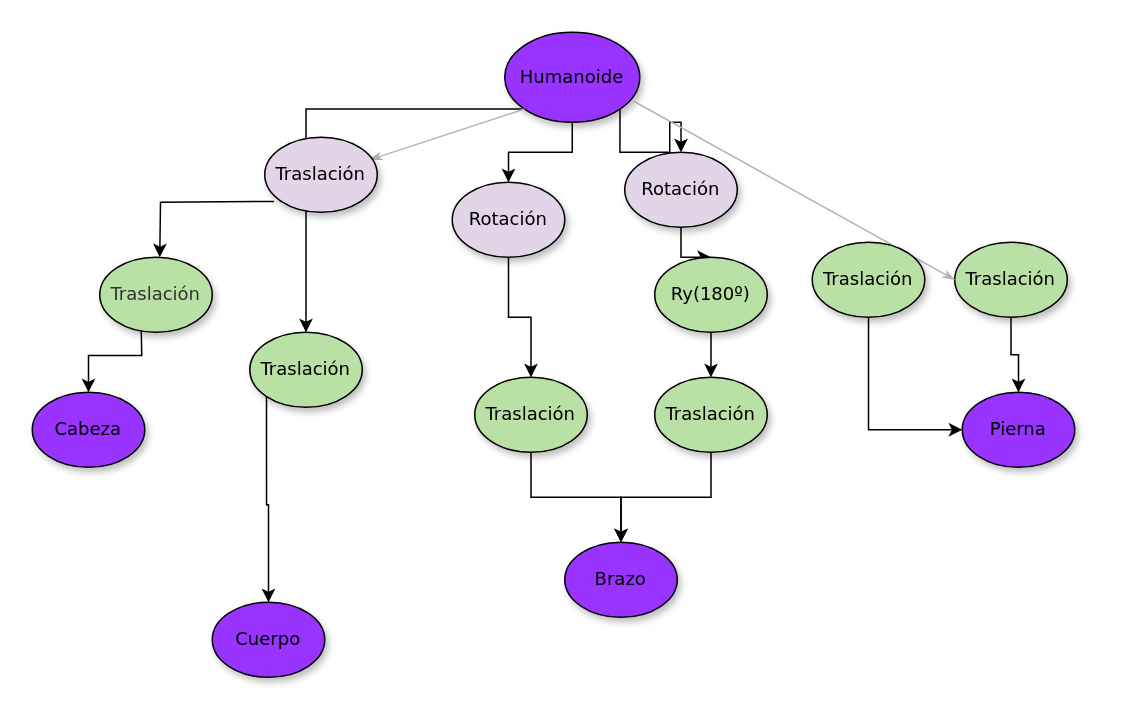
Above: docs/Humanoide.drawio in Cristinasj/IG (draw.io), before the change. Source tidied: cells renumbered, new cells numbered last; positions are measured from the earlier drawing's top-left corner, leaving out a move shared by most shapes. Both pictures are drawn from the tidied source at 150%, with x=0, y=0 at pixel (32, 32).
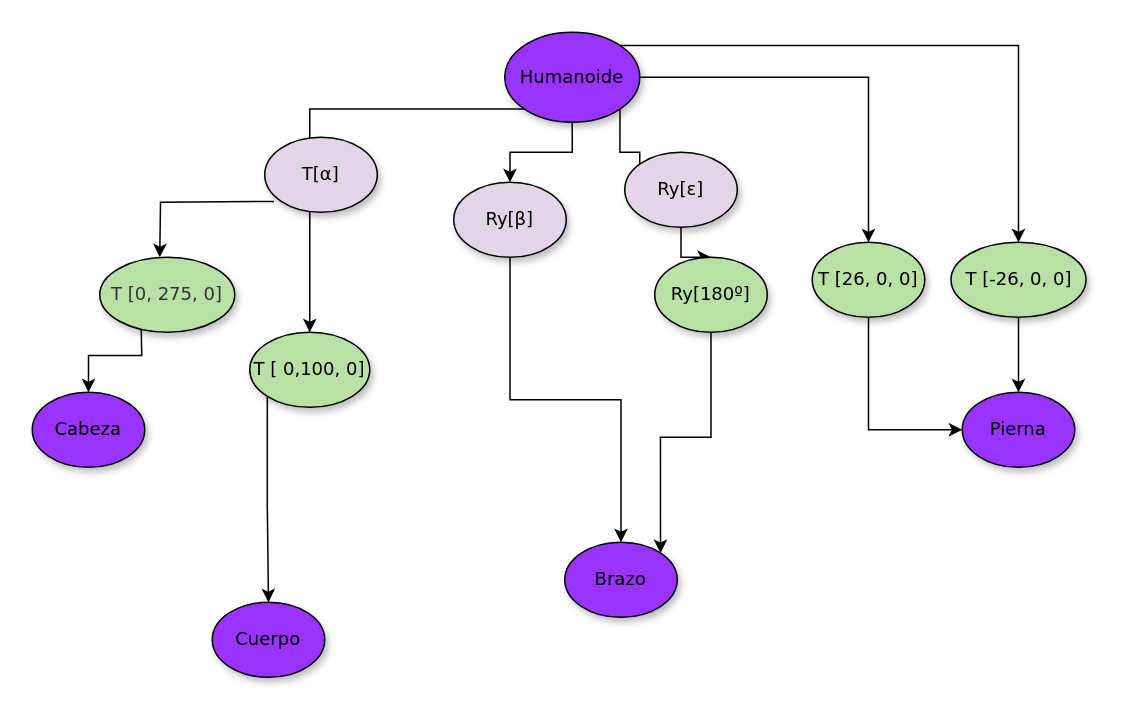
After the change.

Unchanged cells that the change refers to:
```xml
<mxCell id="5" value="Humanoide" style="ellipse;whiteSpace=wrap;html=1;rounded=0;shadow=1;comic=0;labelBackgroundColor=none;strokeWidth=1;fontFamily=Verdana;fontSize=12;align=center;fillColor=#9933FF;" parent="1" vertex="1">
  <mxGeometry x="315" width="90" height="60" as="geometry" />
</mxCell>
<mxCell id="6" value="Brazo" style="ellipse;whiteSpace=wrap;html=1;rounded=0;shadow=1;comic=0;labelBackgroundColor=none;strokeWidth=1;fontFamily=Verdana;fontSize=12;align=center;fillColor=#9933FF;" parent="1" vertex="1">
  <mxGeometry x="355" y="340" width="75" height="50" as="geometry" />
</mxCell>
<mxCell id="7" value="&lt;div&gt;Pierna&lt;/div&gt;" style="ellipse;whiteSpace=wrap;html=1;rounded=0;shadow=1;comic=0;labelBackgroundColor=none;strokeWidth=1;fontFamily=Verdana;fontSize=12;align=center;fillColor=#9933FF;" parent="1" vertex="1">
  <mxGeometry x="620" y="240" width="75" height="50" as="geometry" />
</mxCell>
```

Change to the diagram source:
```diff
@@
-    <mxCell id="4" style="edgeStyle=orthogonalEdgeStyle;rounded=0;jettySize=auto;html=1;exitX=1;exitY=1;exitDx=0;exitDy=0;" parent="1" edge="1" source="5" target="27">
+    <mxCell id="4" style="edgeStyle=orthogonalEdgeStyle;rounded=0;jettySize=auto;html=1;exitX=1;exitY=1;exitDx=0;exitDy=0;entryX=0.133;entryY=0.4;entryDx=0;entryDy=0;entryPerimeter=0;" parent="1" edge="1" source="5" target="27">
       <mxGeometry relative="1" as="geometry" />
     </mxCell>
+    <mxCell id="32" style="edgeStyle=orthogonalEdgeStyle;rounded=0;jettySize=auto;html=1;exitX=1;exitY=0.5;exitDx=0;exitDy=0;" parent="1" edge="1" source="5" target="16">
+      <mxGeometry relative="1" as="geometry" />
+    </mxCell>
+    <mxCell id="12" style="edgeStyle=orthogonalEdgeStyle;rounded=0;jettySize=auto;html=1;exitX=1;exitY=0;exitDx=0;exitDy=0;" parent="1" edge="1" source="5" target="9">
+      <mxGeometry relative="1" as="geometry" />
+    </mxCell>
@@
-    <mxCell id="8" style="edgeStyle=orthogonalEdgeStyle;rounded=0;jettySize=auto;html=1;exitX=0.5;exitY=1;exitDx=0;exitDy=0;" parent="1" edge="1" source="9" target="7">
+    <mxCell id="8" style="edgeStyle=orthogonalEdgeStyle;rounded=0;jettySize=auto;html=1;exitX=0.5;exitY=1;exitDx=0;exitDy=0;entryX=0.5;entryY=0;entryDx=0;entryDy=0;" parent="1" edge="1" source="9" target="7">
       <mxGeometry relative="1" as="geometry" />
     </mxCell>
-    <mxCell id="9" value="Traslación" style="ellipse;whiteSpace=wrap;html=1;rounded=0;shadow=1;comic=0;labelBackgroundColor=none;strokeWidth=1;fontFamily=Verdana;fontSize=12;align=center;fillColor=#B9E0A5;" parent="1" vertex="1">
-      <mxGeometry x="615" y="140" width="75" height="50" as="geometry" />
+    <mxCell id="9" value="T [-26, 0, 0]" style="ellipse;whiteSpace=wrap;html=1;rounded=0;shadow=1;comic=0;labelBackgroundColor=none;strokeWidth=1;fontFamily=Verdana;fontSize=12;align=center;fillColor=#B9E0A5;" parent="1" vertex="1">
+      <mxGeometry x="612.5" y="140" width="90" height="50" as="geometry" />
     </mxCell>
@@
-    <mxCell id="12" style="edgeStyle=none;rounded=1;html=1;labelBackgroundColor=none;startArrow=none;startFill=0;startSize=5;endArrow=classicThin;endFill=1;endSize=5;jettySize=auto;strokeColor=#B3B3B3;strokeWidth=1;fontFamily=Verdana;fontSize=12;exitX=0.956;exitY=0.767;exitDx=0;exitDy=0;exitPerimeter=0;entryX=0;entryY=0.5;entryDx=0;entryDy=0;" parent="1" edge="1" source="5" target="9">
-      <mxGeometry relative="1" as="geometry" />
-    </mxCell>
-    <mxCell id="13" style="edgeStyle=orthogonalEdgeStyle;rounded=0;jettySize=auto;html=1;exitX=0.5;exitY=1;exitDx=0;exitDy=0;" parent="1" edge="1" source="14" target="6">
-      <mxGeometry relative="1" as="geometry" />
-    </mxCell>
-    <mxCell id="14" value="Traslación" style="ellipse;whiteSpace=wrap;html=1;rounded=0;shadow=1;comic=0;labelBackgroundColor=none;strokeWidth=1;fontFamily=Verdana;fontSize=12;align=center;fillColor=#B9E0A5;" parent="1" vertex="1">
-      <mxGeometry x="295" y="230" width="75" height="50" as="geometry" />
-    </mxCell>
@@
-    <mxCell id="16" value="Traslación" style="ellipse;whiteSpace=wrap;html=1;rounded=0;shadow=1;comic=0;labelBackgroundColor=none;strokeWidth=1;fontFamily=Verdana;fontSize=12;align=center;fillColor=#B9E0A5;" parent="1" vertex="1">
+    <mxCell id="16" value="T [26, 0, 0]" style="ellipse;whiteSpace=wrap;html=1;rounded=0;shadow=1;comic=0;labelBackgroundColor=none;strokeWidth=1;fontFamily=Verdana;fontSize=12;align=center;fillColor=#B9E0A5;" parent="1" vertex="1">
       <mxGeometry x="520" y="140" width="75" height="50" as="geometry" />
     </mxCell>
-    <mxCell id="17" style="edgeStyle=orthogonalEdgeStyle;rounded=0;jettySize=auto;html=1;exitX=0.5;exitY=1;exitDx=0;exitDy=0;" parent="1" edge="1" source="18" target="6">
-      <mxGeometry relative="1" as="geometry" />
-    </mxCell>
-    <mxCell id="18" value="Traslación" style="ellipse;whiteSpace=wrap;html=1;rounded=0;shadow=1;comic=0;labelBackgroundColor=none;strokeWidth=1;fontFamily=Verdana;fontSize=12;align=center;fillColor=#B9E0A5;" parent="1" vertex="1">
-      <mxGeometry x="415" y="230" width="75" height="50" as="geometry" />
-    </mxCell>
@@
-    <mxCell id="22" value="Traslación" style="ellipse;whiteSpace=wrap;html=1;rounded=0;shadow=1;comic=0;labelBackgroundColor=none;strokeWidth=1;fontFamily=Verdana;fontSize=12;align=center;fillColor=#B9E0A5;" parent="1" vertex="1">
-      <mxGeometry x="145" y="200" width="75" height="50" as="geometry" />
+    <mxCell id="22" value="T [ 0,100, 0]" style="ellipse;whiteSpace=wrap;html=1;rounded=0;shadow=1;comic=0;labelBackgroundColor=none;strokeWidth=1;fontFamily=Verdana;fontSize=12;align=center;fillColor=#B9E0A5;" parent="1" vertex="1">
+      <mxGeometry x="145" y="200" width="80" height="50" as="geometry" />
     </mxCell>
-    <mxCell id="23" style="edgeStyle=none;rounded=1;html=1;labelBackgroundColor=none;startArrow=none;startFill=0;startSize=5;endArrow=classicThin;endFill=1;endSize=5;jettySize=auto;strokeColor=#B3B3B3;strokeWidth=1;fontFamily=Verdana;fontSize=12;exitX=0;exitY=1;exitDx=0;exitDy=0;entryX=1;entryY=0.3;entryDx=0;entryDy=0;entryPerimeter=0;" parent="1" edge="1" source="5">
-      <mxGeometry relative="1" as="geometry">
-        <mxPoint x="225" y="85" as="targetPoint" />
-      </mxGeometry>
-    </mxCell>
-    <mxCell id="24" style="edgeStyle=orthogonalEdgeStyle;rounded=0;jettySize=auto;html=1;exitX=0.5;exitY=1;exitDx=0;exitDy=0;" parent="1" edge="1" source="25" target="14">
+    <mxCell id="24" style="edgeStyle=orthogonalEdgeStyle;rounded=0;jettySize=auto;html=1;exitX=0.5;exitY=1;exitDx=0;exitDy=0;" parent="1" edge="1" source="25" target="6">
       <mxGeometry relative="1" as="geometry" />
     </mxCell>
-    <mxCell id="25" value="Rotación" style="ellipse;whiteSpace=wrap;html=1;rounded=0;shadow=1;comic=0;labelBackgroundColor=none;strokeWidth=1;fontFamily=Verdana;fontSize=12;align=center;fillColor=#E1D5E7;" parent="1" vertex="1">
-      <mxGeometry x="280" y="100" width="75" height="50" as="geometry" />
+    <mxCell id="25" value="Ry[β]" style="ellipse;whiteSpace=wrap;html=1;rounded=0;shadow=1;comic=0;labelBackgroundColor=none;strokeWidth=1;fontFamily=Verdana;fontSize=12;align=center;fillColor=#E1D5E7;" parent="1" vertex="1">
+      <mxGeometry x="281" y="100" width="75" height="50" as="geometry" />
     </mxCell>
@@
-    <mxCell id="27" value="Rotación" style="ellipse;whiteSpace=wrap;html=1;rounded=0;shadow=1;comic=0;labelBackgroundColor=none;strokeWidth=1;fontFamily=Verdana;fontSize=12;align=center;fillColor=#E1D5E7;" parent="1" vertex="1">
+    <mxCell id="27" value="Ry[ε]" style="ellipse;whiteSpace=wrap;html=1;rounded=0;shadow=1;comic=0;labelBackgroundColor=none;strokeWidth=1;fontFamily=Verdana;fontSize=12;align=center;fillColor=#E1D5E7;" parent="1" vertex="1">
       <mxGeometry x="395" y="80" width="75" height="50" as="geometry" />
     </mxCell>
-    <mxCell id="28" style="edgeStyle=orthogonalEdgeStyle;rounded=0;jettySize=auto;html=1;exitX=0.5;exitY=1;exitDx=0;exitDy=0;" parent="1" edge="1" source="29" target="18">
+    <mxCell id="28" style="edgeStyle=orthogonalEdgeStyle;rounded=0;jettySize=auto;html=1;exitX=0.5;exitY=1;exitDx=0;exitDy=0;entryX=1;entryY=0;entryDx=0;entryDy=0;" parent="1" edge="1" source="29" target="6">
       <mxGeometry relative="1" as="geometry" />
     </mxCell>
-    <mxCell id="29" value="Ry(180º)" style="ellipse;whiteSpace=wrap;html=1;rounded=0;shadow=1;comic=0;labelBackgroundColor=none;strokeWidth=1;fontFamily=Verdana;fontSize=12;align=center;fillColor=#B9E0A5;strokeColor=#000000;" parent="1" vertex="1">
+    <mxCell id="29" value="Ry[180º]" style="ellipse;whiteSpace=wrap;html=1;rounded=0;shadow=1;comic=0;labelBackgroundColor=none;strokeWidth=1;fontFamily=Verdana;fontSize=12;align=center;fillColor=#B9E0A5;strokeColor=#000000;" parent="1" vertex="1">
       <mxGeometry x="415" y="150" width="75" height="50" as="geometry" />
     </mxCell>
-    <mxCell id="30" value="Traslación" style="ellipse;whiteSpace=wrap;html=1;rounded=0;shadow=1;comic=0;labelBackgroundColor=none;strokeWidth=1;fontFamily=Verdana;fontSize=12;align=center;fillColor=#e1d5e7;strokeColor=#000000;" parent="1" vertex="1">
+    <mxCell id="30" value="T[α]" style="ellipse;whiteSpace=wrap;html=1;rounded=0;shadow=1;comic=0;labelBackgroundColor=none;strokeWidth=1;fontFamily=Verdana;fontSize=12;align=center;fillColor=#e1d5e7;strokeColor=#000000;" parent="1" vertex="1">
       <mxGeometry x="155" y="70" width="75" height="50" as="geometry" />
     </mxCell>
-    <mxCell id="31" value="Traslación" style="ellipse;whiteSpace=wrap;html=1;rounded=0;shadow=1;comic=0;labelBackgroundColor=none;strokeWidth=1;fontFamily=Verdana;fontSize=12;align=center;fillColor=#B9E0A5;strokeColor=#000000;fontColor=#333333;" parent="1" vertex="1">
-      <mxGeometry x="45" y="150" width="75" height="50" as="geometry" />
+    <mxCell id="31" value="T [0, 275, 0]" style="ellipse;whiteSpace=wrap;html=1;rounded=0;shadow=1;comic=0;labelBackgroundColor=none;strokeWidth=1;fontFamily=Verdana;fontSize=12;align=center;fillColor=#B9E0A5;strokeColor=#000000;fontColor=#333333;" parent="1" vertex="1">
+      <mxGeometry x="45" y="150" width="90" height="50" as="geometry" />
     </mxCell>
```
